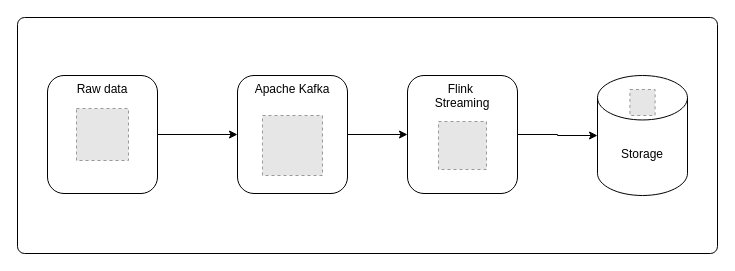
This is learn-apache-flink-from-scratch.drawio from thanhtan1105/learn-apache-flink-from-scratch, a draw.io file, before an edit. Source tidied: cells renumbered, new cells numbered last; positions are measured from the earlier drawing's top-left corner, leaving out a move shared by most shapes. Both pictures are drawn from the tidied source at 100%, with x=0, y=0 at pixel (17, 17). Pictures stored in the file or linked from it are replaced by grey dashed boxes.
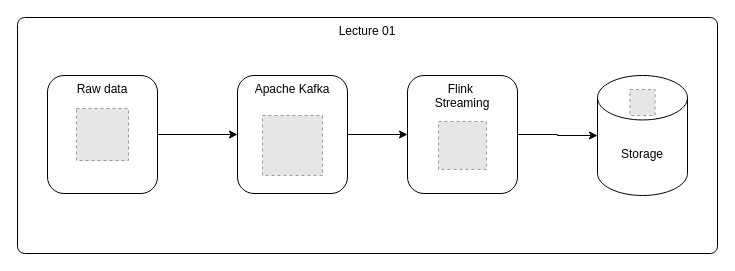
The same page after the edit.

What changed in the source:
```diff
@@
 <mxGraphModel>
   <root>
     <mxCell id="0" />
     <mxCell id="1" parent="0" />
-    <mxCell id="2" style="rounded=1;whiteSpace=wrap;html=1;arcSize=3;" parent="1" vertex="1">
+    <mxCell id="2" value="Lecture 01" style="rounded=1;whiteSpace=wrap;html=1;arcSize=3;verticalAlign=top;" parent="1" vertex="1">
       <mxGeometry width="700" height="236" as="geometry" />
     </mxCell>
     <mxCell id="3" style="edgeStyle=orthogonalEdgeStyle;rounded=0;jettySize=auto;html=1;" parent="1" edge="1" source="4" target="12">
       <mxGeometry relative="1" as="geometry" />
     </mxCell>
     <mxCell id="4" value="Flink&amp;nbsp;&lt;div&gt;Streaming&lt;/div&gt;" style="rounded=1;whiteSpace=wrap;html=1;verticalAlign=top;" parent="1" vertex="1">
       <mxGeometry x="390" y="58" width="110" height="118" as="geometry" />
     </mxCell>
     <mxCell id="5" style="edgeStyle=orthogonalEdgeStyle;rounded=0;jettySize=auto;html=1;entryX=0;entryY=0.5;entryDx=0;entryDy=0;" parent="1" edge="1" source="6" target="4">
       <mxGeometry relative="1" as="geometry" />
     </mxCell>
     <mxCell id="6" value="Apache Kafka" style="rounded=1;whiteSpace=wrap;html=1;verticalAlign=top;" parent="1" vertex="1">
       <mxGeometry x="220" y="58" width="110" height="118" as="geometry" />
     </mxCell>
     <mxCell id="7" style="fillColor=#E6E6E6;strokeColor=#999999;dashed=1;verticalLabelPosition=bottom;labelBackgroundColor=default;verticalAlign=top;" parent="1" vertex="1">
       <mxGeometry x="245" y="98" width="60" height="60" as="geometry" />
     </mxCell>
     <mxCell id="8" style="fillColor=#E6E6E6;strokeColor=#999999;dashed=1;verticalLabelPosition=bottom;labelBackgroundColor=default;verticalAlign=top;" parent="1" vertex="1">
       <mxGeometry x="421" y="104" width="48" height="48" as="geometry" />
     </mxCell>
     <mxCell id="9" style="edgeStyle=orthogonalEdgeStyle;rounded=0;jettySize=auto;html=1;entryX=0;entryY=0.5;entryDx=0;entryDy=0;" parent="1" edge="1" source="10" target="6">
       <mxGeometry relative="1" as="geometry" />
     </mxCell>
     <mxCell id="10" value="Raw data" style="rounded=1;whiteSpace=wrap;html=1;verticalAlign=top;" parent="1" vertex="1">
       <mxGeometry x="30" y="58" width="110" height="118" as="geometry" />
     </mxCell>
     <mxCell id="11" style="fillColor=#E6E6E6;strokeColor=#999999;dashed=1;verticalLabelPosition=bottom;labelBackgroundColor=default;verticalAlign=top;" parent="1" vertex="1">
       <mxGeometry x="59" y="91" width="52" height="52" as="geometry" />
     </mxCell>
     <mxCell id="12" value="Storage" style="shape=cylinder3;whiteSpace=wrap;html=1;boundedLbl=1;backgroundOutline=1;size=22.230769230769084;verticalAlign=middle;" parent="1" vertex="1">
       <mxGeometry x="580" y="58" width="90" height="120" as="geometry" />
     </mxCell>
     <mxCell id="13" style="fillColor=#E6E6E6;strokeColor=#999999;dashed=1;verticalLabelPosition=bottom;labelBackgroundColor=default;verticalAlign=top;" parent="1" vertex="1">
       <mxGeometry x="612.4" y="72" width="25.2" height="26" as="geometry" />
     </mxCell>
   </root>
 </mxGraphModel>
```
